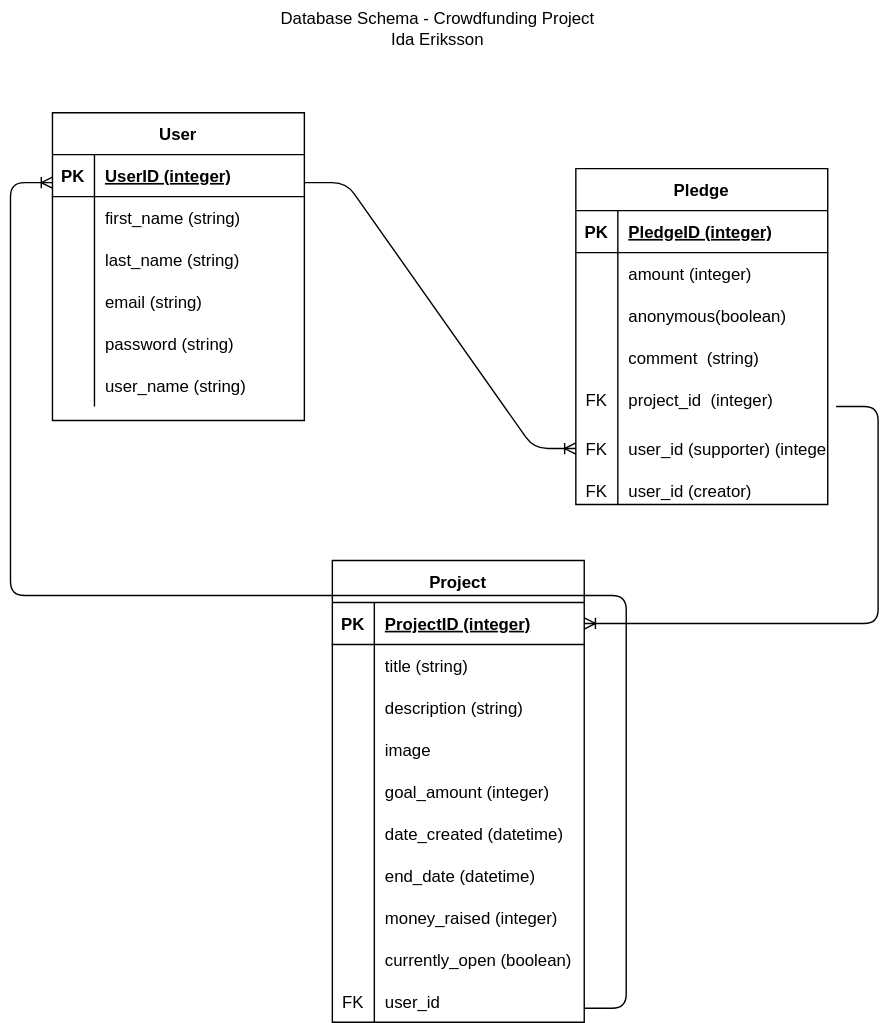
idaanna/crowdfunding_back_end keeps this draw.io diagram as cf.drawio.svg. Above is the earlier version. Source tidied: cells renumbered, new cells last; positions are measured from the earlier drawing's top-left corner, leaving out a move shared by most shapes.
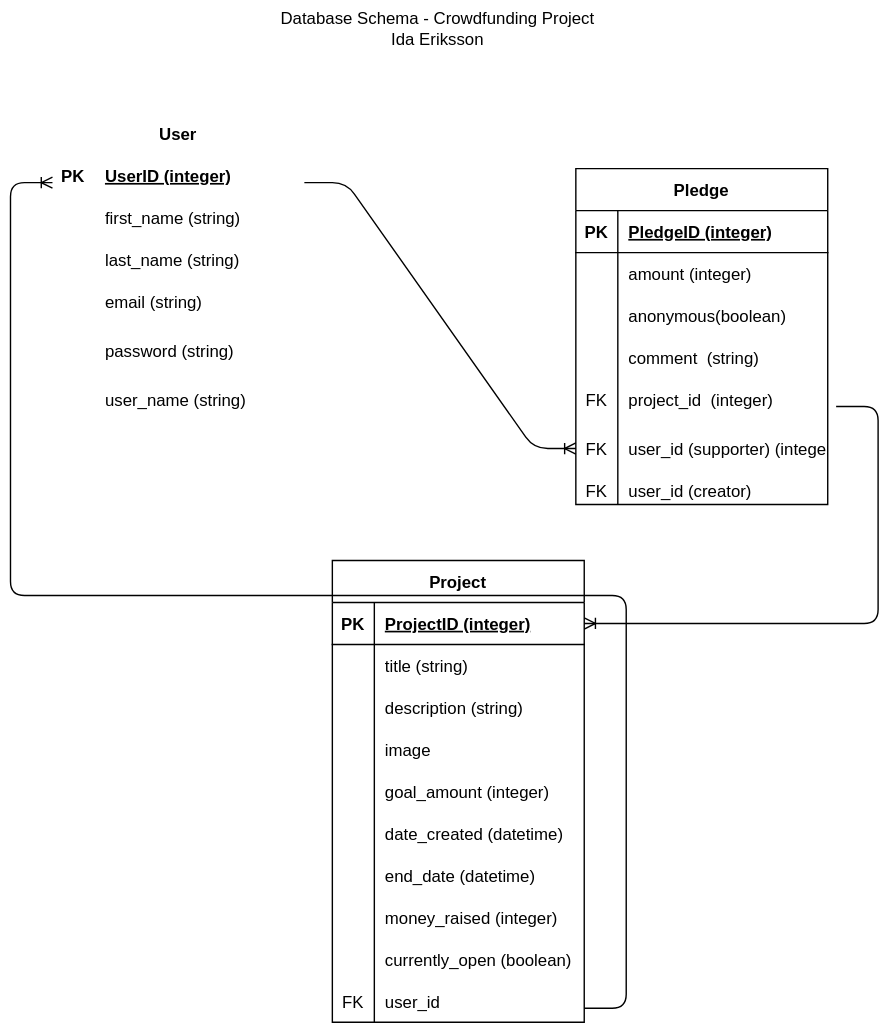
Later version of the same file.

Diff of the diagram source:
```diff
@@ -2,61 +2,61 @@
   <root>
     <mxCell id="0" />
     <mxCell id="1" parent="0" />
-    <mxCell id="2" value="User" style="shape=table;startSize=30;rowLines=0;fontStyle=1;align=center;" parent="1" vertex="1">
-      <mxGeometry y="80" width="180" height="220" as="geometry" />
+    <mxCell id="2" value="User" style="shape=table;startSize=30;rowLines=0;fontStyle=1;align=center;strokeColor=#FFFFFF;" parent="1" vertex="1">
+      <mxGeometry y="80" width="180" height="230" as="geometry" />
     </mxCell>
-    <mxCell id="3" style="shape=tableRow;horizontal=0;startSize=0;swimlaneHead=0;swimlaneBody=0;fillColor=none;top=0;left=0;right=0;bottom=1;" parent="2" vertex="1">
+    <mxCell id="3" style="shape=tableRow;horizontal=0;startSize=0;swimlaneHead=0;swimlaneBody=0;fillColor=none;top=0;left=0;right=0;bottom=1;strokeColor=#FFFFFF;" parent="2" vertex="1">
       <mxGeometry y="30" width="180" height="30" as="geometry" />
     </mxCell>
-    <mxCell id="4" value="PK" style="shape=partialRectangle;fillColor=none;top=0;left=0;bottom=0;right=0;fontStyle=1;overflow=hidden;" parent="3" vertex="1">
+    <mxCell id="4" value="PK" style="shape=partialRectangle;fillColor=none;top=0;left=0;bottom=0;right=0;fontStyle=1;overflow=hidden;strokeColor=#FFFFFF;" parent="3" vertex="1">
       <mxGeometry width="30" height="30" as="geometry" />
     </mxCell>
-    <mxCell id="5" value="UserID (integer)" style="shape=partialRectangle;fillColor=none;top=0;left=0;bottom=0;right=0;align=left;spacingLeft=6;fontStyle=5;overflow=hidden;" parent="3" vertex="1">
+    <mxCell id="5" value="UserID (integer)" style="shape=partialRectangle;fillColor=none;top=0;left=0;bottom=0;right=0;align=left;spacingLeft=6;fontStyle=5;overflow=hidden;strokeColor=#FFFFFF;" parent="3" vertex="1">
       <mxGeometry x="30" width="150" height="30" as="geometry" />
     </mxCell>
-    <mxCell id="6" style="shape=tableRow;horizontal=0;startSize=0;swimlaneHead=0;swimlaneBody=0;fillColor=none;top=0;left=0;right=0;bottom=0;" parent="2" vertex="1">
+    <mxCell id="6" style="shape=tableRow;horizontal=0;startSize=0;swimlaneHead=0;swimlaneBody=0;fillColor=none;top=0;left=0;right=0;bottom=0;strokeColor=#FFFFFF;" parent="2" vertex="1">
       <mxGeometry y="60" width="180" height="30" as="geometry" />
     </mxCell>
-    <mxCell id="7" style="shape=partialRectangle;fillColor=none;top=0;left=0;bottom=0;right=0;overflow=hidden;" parent="6" vertex="1">
+    <mxCell id="7" style="shape=partialRectangle;fillColor=none;top=0;left=0;bottom=0;right=0;overflow=hidden;strokeColor=#FFFFFF;" parent="6" vertex="1">
       <mxGeometry width="30" height="30" as="geometry" />
     </mxCell>
-    <mxCell id="8" value="first_name (string)" style="shape=partialRectangle;fillColor=none;top=0;left=0;bottom=0;right=0;align=left;spacingLeft=6;overflow=hidden;" parent="6" vertex="1">
+    <mxCell id="8" value="first_name (string)" style="shape=partialRectangle;fillColor=none;top=0;left=0;bottom=0;right=0;align=left;spacingLeft=6;overflow=hidden;strokeColor=#FFFFFF;" parent="6" vertex="1">
       <mxGeometry x="30" width="150" height="30" as="geometry" />
     </mxCell>
-    <mxCell id="9" style="shape=tableRow;horizontal=0;startSize=0;swimlaneHead=0;swimlaneBody=0;fillColor=none;top=0;left=0;right=0;bottom=0;" parent="2" vertex="1">
+    <mxCell id="9" style="shape=tableRow;horizontal=0;startSize=0;swimlaneHead=0;swimlaneBody=0;fillColor=none;top=0;left=0;right=0;bottom=0;strokeColor=#FFFFFF;" parent="2" vertex="1">
       <mxGeometry y="90" width="180" height="30" as="geometry" />
     </mxCell>
-    <mxCell id="10" style="shape=partialRectangle;fillColor=none;top=0;left=0;bottom=0;right=0;overflow=hidden;" parent="9" vertex="1">
+    <mxCell id="10" style="shape=partialRectangle;fillColor=none;top=0;left=0;bottom=0;right=0;overflow=hidden;strokeColor=#FFFFFF;" parent="9" vertex="1">
       <mxGeometry width="30" height="30" as="geometry" />
     </mxCell>
-    <mxCell id="11" value="last_name (string)" style="shape=partialRectangle;fillColor=none;top=0;left=0;bottom=0;right=0;align=left;spacingLeft=6;overflow=hidden;" parent="9" vertex="1">
+    <mxCell id="11" value="last_name (string)" style="shape=partialRectangle;fillColor=none;top=0;left=0;bottom=0;right=0;align=left;spacingLeft=6;overflow=hidden;strokeColor=#FFFFFF;" parent="9" vertex="1">
       <mxGeometry x="30" width="150" height="30" as="geometry" />
     </mxCell>
-    <mxCell id="12" style="shape=tableRow;horizontal=0;startSize=0;swimlaneHead=0;swimlaneBody=0;fillColor=none;top=0;left=0;right=0;bottom=0;" parent="2" vertex="1">
+    <mxCell id="12" style="shape=tableRow;horizontal=0;startSize=0;swimlaneHead=0;swimlaneBody=0;fillColor=none;top=0;left=0;right=0;bottom=0;strokeColor=#FFFFFF;" parent="2" vertex="1">
       <mxGeometry y="120" width="180" height="30" as="geometry" />
     </mxCell>
-    <mxCell id="13" style="shape=partialRectangle;fillColor=none;top=0;left=0;bottom=0;right=0;overflow=hidden;" parent="12" vertex="1">
+    <mxCell id="13" style="shape=partialRectangle;fillColor=none;top=0;left=0;bottom=0;right=0;overflow=hidden;strokeColor=#FFFFFF;" parent="12" vertex="1">
       <mxGeometry width="30" height="30" as="geometry" />
     </mxCell>
-    <mxCell id="14" value="email (string)" style="shape=partialRectangle;fillColor=none;top=0;left=0;bottom=0;right=0;align=left;spacingLeft=6;overflow=hidden;" parent="12" vertex="1">
+    <mxCell id="14" value="email (string)" style="shape=partialRectangle;fillColor=none;top=0;left=0;bottom=0;right=0;align=left;spacingLeft=6;overflow=hidden;strokeColor=#FFFFFF;" parent="12" vertex="1">
       <mxGeometry x="30" width="150" height="30" as="geometry" />
     </mxCell>
-    <mxCell id="15" style="shape=tableRow;horizontal=0;startSize=0;swimlaneHead=0;swimlaneBody=0;fillColor=none;top=0;left=0;right=0;bottom=0;" parent="2" vertex="1">
-      <mxGeometry y="150" width="180" height="30" as="geometry" />
+    <mxCell id="15" style="shape=tableRow;horizontal=0;startSize=0;swimlaneHead=0;swimlaneBody=0;fillColor=none;top=0;left=0;right=0;bottom=0;strokeColor=#FFFFFF;" parent="2" vertex="1">
+      <mxGeometry y="150" width="180" height="40" as="geometry" />
     </mxCell>
-    <mxCell id="16" style="shape=partialRectangle;fillColor=none;top=0;left=0;bottom=0;right=0;overflow=hidden;" parent="15" vertex="1">
-      <mxGeometry width="30" height="30" as="geometry" />
+    <mxCell id="16" style="shape=partialRectangle;fillColor=none;top=0;left=0;bottom=0;right=0;overflow=hidden;strokeColor=#FFFFFF;" parent="15" vertex="1">
+      <mxGeometry width="30" height="40" as="geometry" />
     </mxCell>
-    <mxCell id="17" value="password (string)" style="shape=partialRectangle;fillColor=none;top=0;left=0;bottom=0;right=0;align=left;spacingLeft=6;overflow=hidden;" parent="15" vertex="1">
-      <mxGeometry x="30" width="150" height="30" as="geometry" />
+    <mxCell id="17" value="password (string)" style="shape=partialRectangle;fillColor=none;top=0;left=0;bottom=0;right=0;align=left;spacingLeft=6;overflow=hidden;strokeColor=#FFFFFF;" parent="15" vertex="1">
+      <mxGeometry x="30" width="150" height="40" as="geometry" />
     </mxCell>
-    <mxCell id="18" style="shape=tableRow;horizontal=0;startSize=0;swimlaneHead=0;swimlaneBody=0;fillColor=none;top=0;left=0;right=0;bottom=0;" parent="2" vertex="1">
-      <mxGeometry y="180" width="180" height="30" as="geometry" />
+    <mxCell id="18" style="shape=tableRow;horizontal=0;startSize=0;swimlaneHead=0;swimlaneBody=0;fillColor=none;top=0;left=0;right=0;bottom=0;strokeColor=#FFFFFF;" parent="2" vertex="1">
+      <mxGeometry y="190" width="180" height="30" as="geometry" />
     </mxCell>
-    <mxCell id="19" style="shape=partialRectangle;fillColor=none;top=0;left=0;bottom=0;right=0;overflow=hidden;" parent="18" vertex="1">
+    <mxCell id="19" style="shape=partialRectangle;fillColor=none;top=0;left=0;bottom=0;right=0;overflow=hidden;strokeColor=#FFFFFF;" parent="18" vertex="1">
       <mxGeometry width="30" height="30" as="geometry" />
     </mxCell>
-    <mxCell id="20" value="user_name (string)" style="shape=partialRectangle;fillColor=none;top=0;left=0;bottom=0;right=0;align=left;spacingLeft=6;overflow=hidden;" parent="18" vertex="1">
+    <mxCell id="20" value="user_name (string)" style="shape=partialRectangle;fillColor=none;top=0;left=0;bottom=0;right=0;align=left;spacingLeft=6;overflow=hidden;strokeColor=#FFFFFF;" parent="18" vertex="1">
       <mxGeometry x="30" width="150" height="30" as="geometry" />
     </mxCell>
     <mxCell id="21" value="Pledge" style="shape=table;startSize=30;rowLines=0;fontStyle=1;align=center;" parent="1" vertex="1">
```
